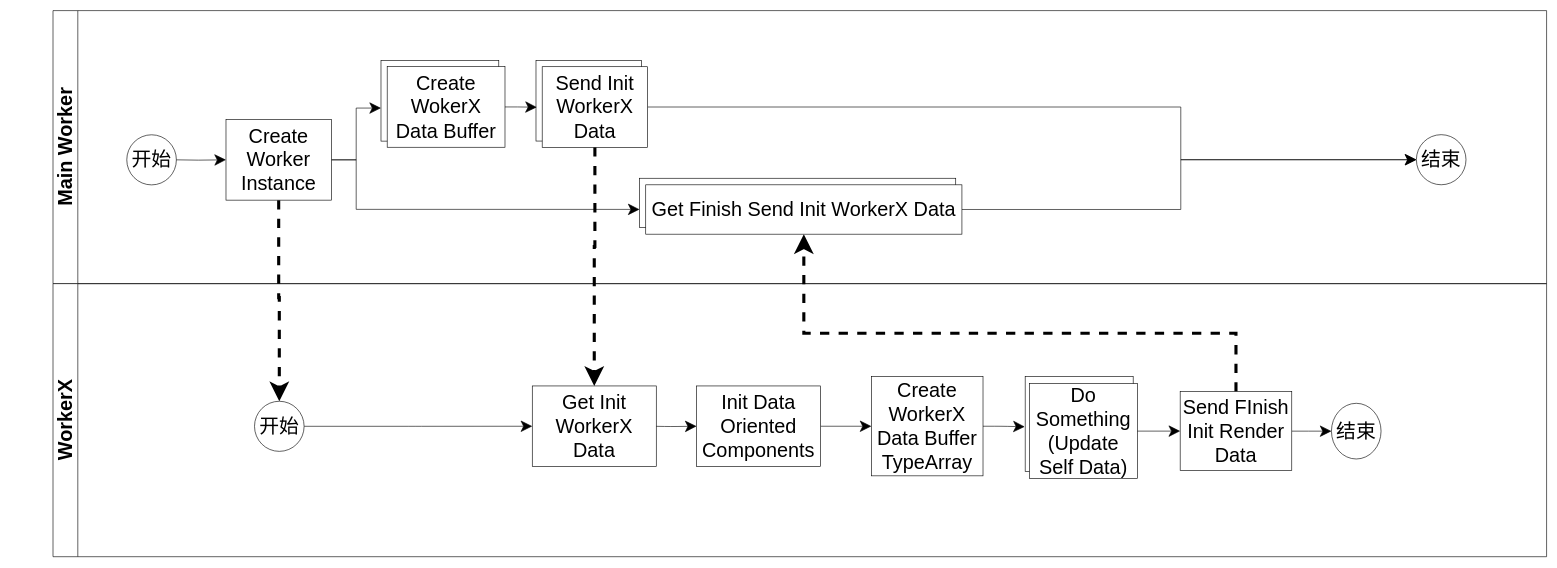
Earlier version of the draw.io diagram packages/多线程模式/role_abstract/初始化流程图.drawio (yyc-git/3DProgramPattern). Source tidied: cells renumbered, new cells numbered last; positions are measured from the earlier drawing's top-left corner, leaving out a move shared by most shapes. Both pictures are drawn from the tidied source at 62%, with x=0, y=0 at pixel (15, 11).
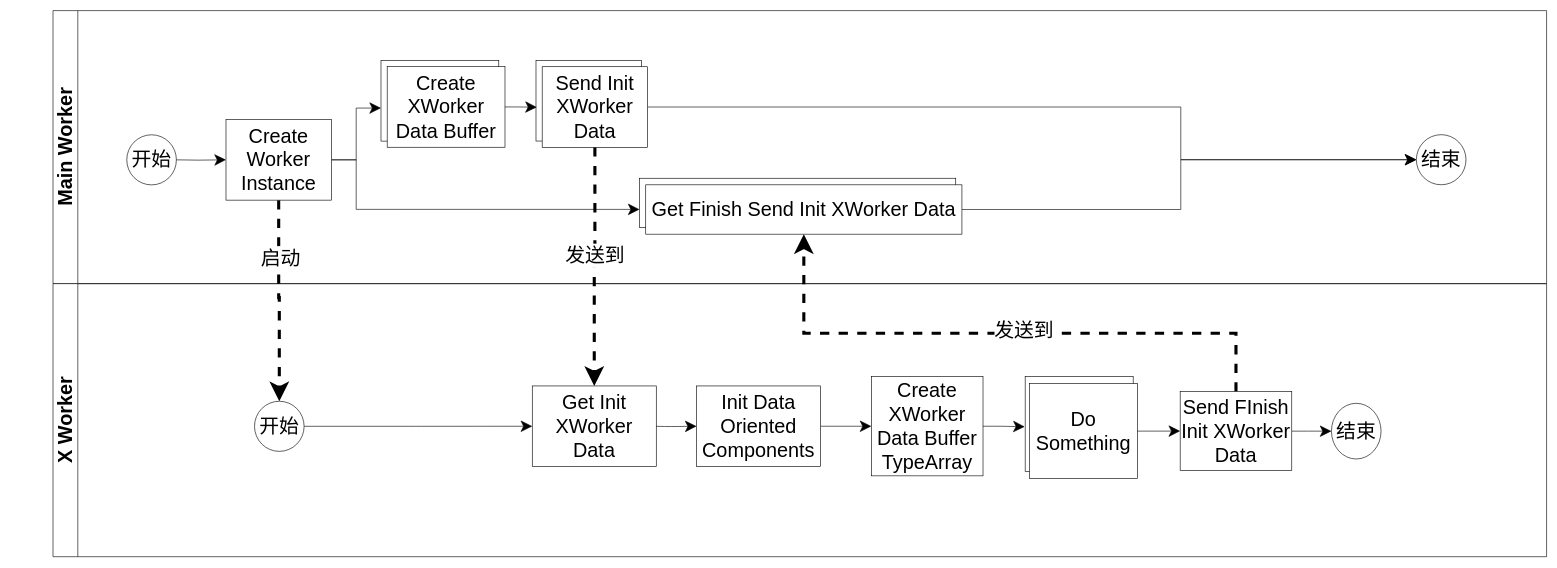
After the change.

Unchanged cells that the change refers to:
```xml
<mxCell id="8" style="edgeStyle=orthogonalEdgeStyle;rounded=0;jettySize=auto;html=1;startSize=16;endSize=16;dashed=1;strokeWidth=5;" parent="1" edge="1" source="9" target="26">
  <mxGeometry relative="1" as="geometry" />
</mxCell>
<mxCell id="12" style="edgeStyle=orthogonalEdgeStyle;rounded=0;jettySize=auto;html=1;entryX=0.5;entryY=0;entryDx=0;entryDy=0;startSize=16;endSize=16;jumpStyle=none;dashed=1;strokeWidth=5;" parent="1" edge="1" source="30" target="27">
  <mxGeometry relative="1" as="geometry">
    <Array as="points">
      <mxPoint x="935" y="380" />
      <mxPoint x="934" y="518" />
    </Array>
  </mxGeometry>
</mxCell>
<mxCell id="22" style="edgeStyle=orthogonalEdgeStyle;rounded=0;jumpStyle=arc;jettySize=auto;html=1;startSize=16;endSize=16;strokeWidth=5;dashed=1;exitX=0.5;exitY=0;exitDx=0;exitDy=0;entryX=0.5;entryY=1;entryDx=0;entryDy=0;" parent="1" edge="1" source="23" target="33">
  <mxGeometry relative="1" as="geometry">
    <Array as="points">
      <mxPoint x="1969" y="520" />
      <mxPoint x="1272" y="520" />
    </Array>
  </mxGeometry>
</mxCell>
<mxCell id="28" style="group;" parent="1" vertex="1">
  <mxGeometry x="840" y="80" width="180" height="140.1" as="geometry" />
</mxCell>
<mxCell id="31" style="group;" parent="1" vertex="1">
  <mxGeometry x="1007" y="270" width="520" height="90.1" as="geometry" />
</mxCell>
<mxCell id="34" style="group;" parent="1" vertex="1">
  <mxGeometry x="590" y="80.1" width="200" height="139.9" as="geometry" />
</mxCell>
<mxCell id="38" style="group;" parent="1" vertex="1">
  <mxGeometry x="1629" y="590" width="181" height="164.5" as="geometry" />
</mxCell>
```

What changed in the source:
```diff
@@
+    <mxCell id="42" value="&lt;font style=&quot;font-size: 32px&quot;&gt;启动&lt;/font&gt;" style="edgeLabel;html=1;align=center;verticalAlign=middle;" parent="8" vertex="1">
+      <mxGeometry x="-0.43" y="2" relative="1" as="geometry" />
+    </mxCell>
@@
-    <mxCell id="10" value="&lt;font style=&quot;font-size: 32px&quot;&gt;WorkerX&lt;/font&gt;" style="swimlane;html=1;horizontal=0;startSize=40;fontSize=22;" parent="1" vertex="1">
+    <mxCell id="10" value="&lt;font style=&quot;font-size: 32px&quot;&gt;X Worker&lt;/font&gt;" style="swimlane;html=1;horizontal=0;startSize=40;fontSize=22;" parent="1" vertex="1">
       <mxGeometry x="61" y="440" width="2409" height="440.4" as="geometry" />
     </mxCell>
@@
+    <mxCell id="43" value="&lt;font style=&quot;font-size: 32px&quot;&gt;发送到&lt;/font&gt;" style="edgeLabel;html=1;align=center;verticalAlign=middle;" parent="12" vertex="1">
+      <mxGeometry x="-0.09" relative="1" as="geometry">
+        <mxPoint y="-1" as="offset" />
+      </mxGeometry>
+    </mxCell>
@@
-    <mxCell id="20" value="Create WorkerX Data Buffer TypeArray" style="whiteSpace=wrap;html=1;fontSize=32;" parent="1" vertex="1">
+    <mxCell id="20" value="Create XWorker Data Buffer TypeArray" style="whiteSpace=wrap;html=1;fontSize=32;" parent="1" vertex="1">
       <mxGeometry x="1381" y="590" width="180" height="160" as="geometry" />
     </mxCell>
@@
+    <mxCell id="44" value="&lt;font style=&quot;font-size: 32px&quot;&gt;发送到&lt;/font&gt;" style="edgeLabel;html=1;align=center;verticalAlign=middle;" parent="22" vertex="1">
+      <mxGeometry x="-0.08" y="-9" relative="1" as="geometry">
+        <mxPoint y="3" as="offset" />
+      </mxGeometry>
+    </mxCell>
-    <mxCell id="23" value="Send FInish Init Render Data" style="whiteSpace=wrap;html=1;fontSize=32;" parent="1" vertex="1">
+    <mxCell id="23" value="Send FInish Init XWorker Data" style="whiteSpace=wrap;html=1;fontSize=32;" parent="1" vertex="1">
       <mxGeometry x="1879" y="614.1" width="180" height="127.5" as="geometry" />
     </mxCell>
@@
-    <mxCell id="27" value="Get Init WorkerX Data" style="whiteSpace=wrap;html=1;fontSize=32;" parent="1" vertex="1">
+    <mxCell id="27" value="Get Init XWorker Data" style="whiteSpace=wrap;html=1;fontSize=32;" parent="1" vertex="1">
       <mxGeometry x="834" y="605" width="200" height="130" as="geometry" />
     </mxCell>
@@
-    <mxCell id="30" value="Send Init WorkerX Data" style="whiteSpace=wrap;html=1;fontSize=32;" parent="28" vertex="1">
+    <mxCell id="30" value="Send Init XWorker Data" style="whiteSpace=wrap;html=1;fontSize=32;" parent="28" vertex="1">
       <mxGeometry x="10" y="10.1" width="170" height="130" as="geometry" />
     </mxCell>
@@
-    <mxCell id="33" value="Get Finish Send Init WorkerX Data" style="whiteSpace=wrap;html=1;fontSize=32;" parent="31" vertex="1">
+    <mxCell id="33" value="Get Finish Send Init XWorker Data" style="whiteSpace=wrap;html=1;fontSize=32;" parent="31" vertex="1">
       <mxGeometry x="10" y="10.6" width="510" height="79.6" as="geometry" />
     </mxCell>
@@
-    <mxCell id="36" value="Create WokerX Data Buffer" style="whiteSpace=wrap;html=1;fontSize=32;" parent="34" vertex="1">
+    <mxCell id="36" value="Create XWorker Data Buffer" style="whiteSpace=wrap;html=1;fontSize=32;" parent="34" vertex="1">
       <mxGeometry x="10" y="9.9" width="190" height="130" as="geometry" />
     </mxCell>
@@
-    <mxCell id="40" value="Do Something&lt;br&gt;(Update Self Data)" style="whiteSpace=wrap;html=1;fontSize=32;" parent="38" vertex="1">
+    <mxCell id="40" value="Do Something&lt;br&gt;" style="whiteSpace=wrap;html=1;fontSize=32;" parent="38" vertex="1">
       <mxGeometry x="6.8" y="11.3" width="174.2" height="153.2" as="geometry" />
     </mxCell>
```
